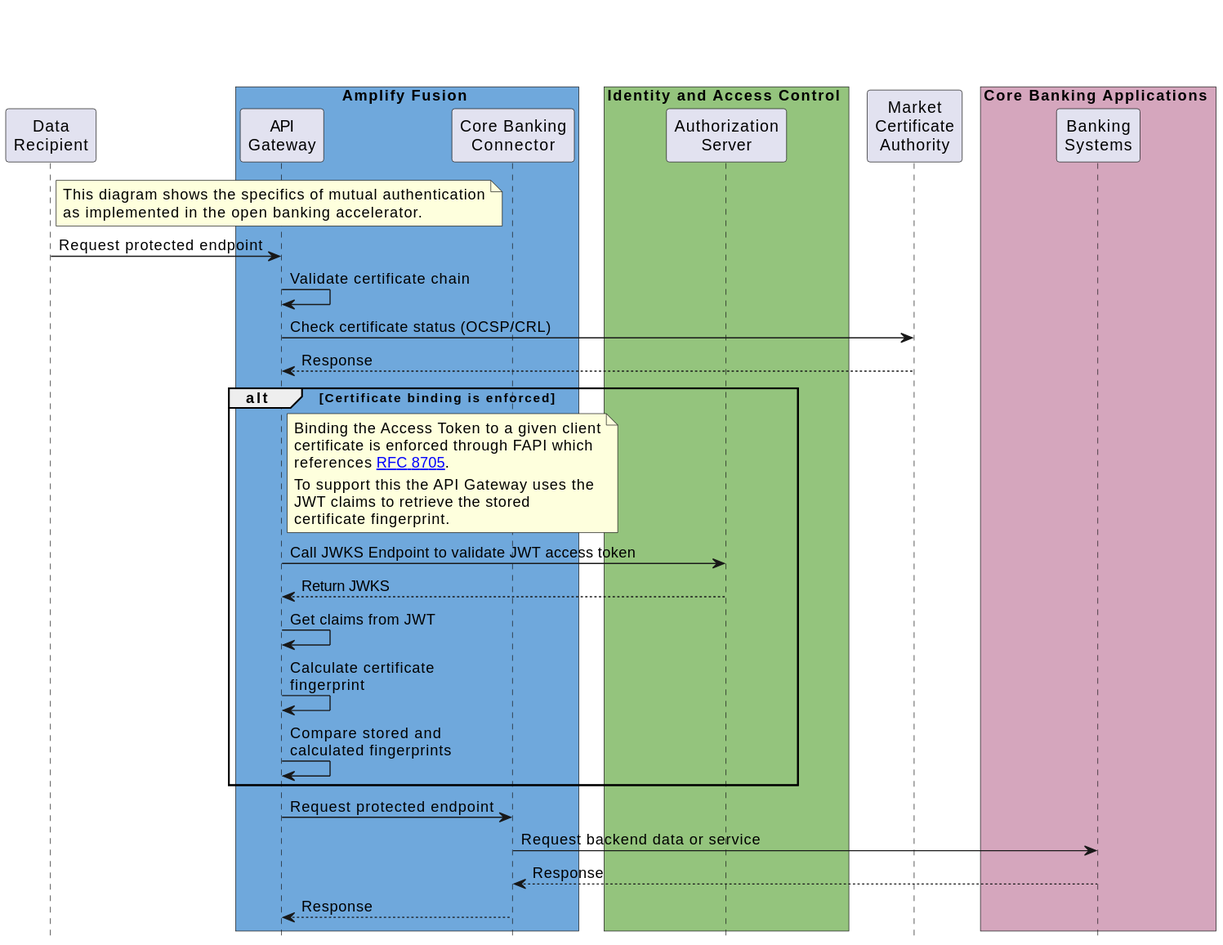
The PlantUML diagram static/Images/Mutual_Authentication_Sequence.svg in Axway/open-banking-docs, before a commit.
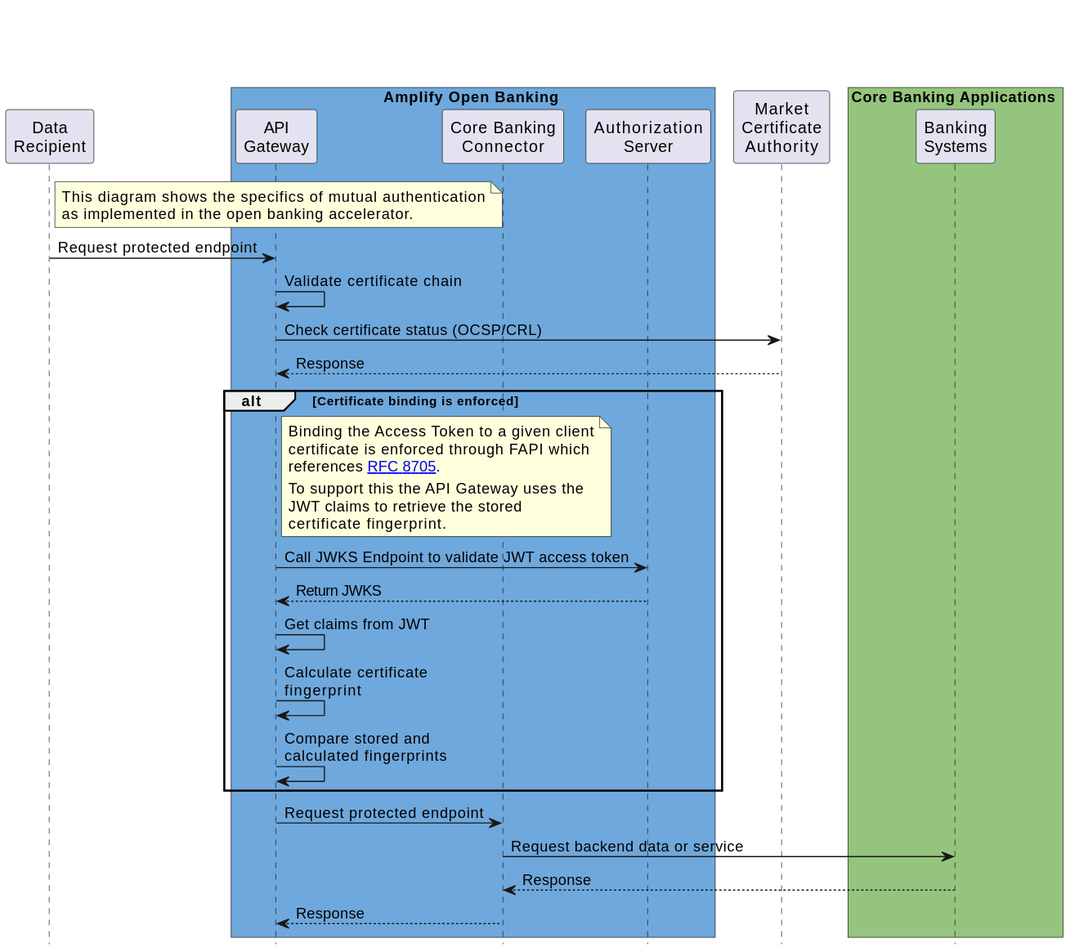
After the change.

What changed in the source:
```diff
@@ -3,18 +3,15 @@
 
 participant "Data\nRecipient" as DR
 
-box Amplify Fusion #6FA8DC
+box Amplify Open Banking #6FA8DC
 participant "API\nGateway" as API_GATEWAY
 participant "Core Banking\nConnector" as CBC
-end box
-
-box Identity and Access Control #94c47d
 participant "Authorization\nServer" as IAM
 end box
 
 participant "Market\nCertificate\nAuthority" as CA
 
-box Core Banking Applications #d5a6bd
+box Core Banking Applications #94c47d
 participant "Banking\nSystems" as ASPSP_API
 end box
 
```
